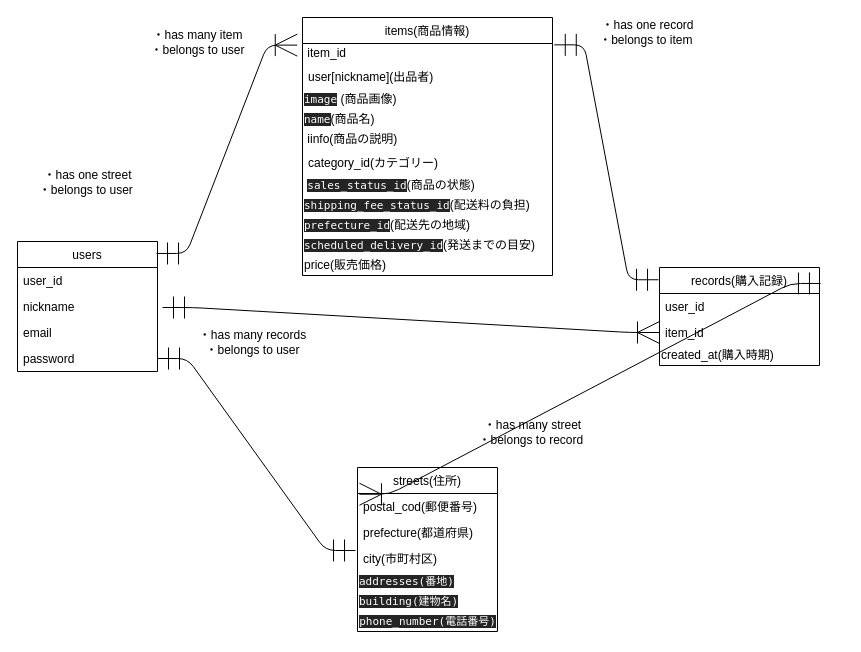
Before: Draw.drawio in daikichi86/furima-28196, a draw.io diagram. Source tidied: cells renumbered, new cells numbered last; positions are measured from the earlier drawing's top-left corner, leaving out a move shared by most shapes. Both pictures are drawn from the tidied source at 100%, with x=0, y=0 at pixel (17, 17).
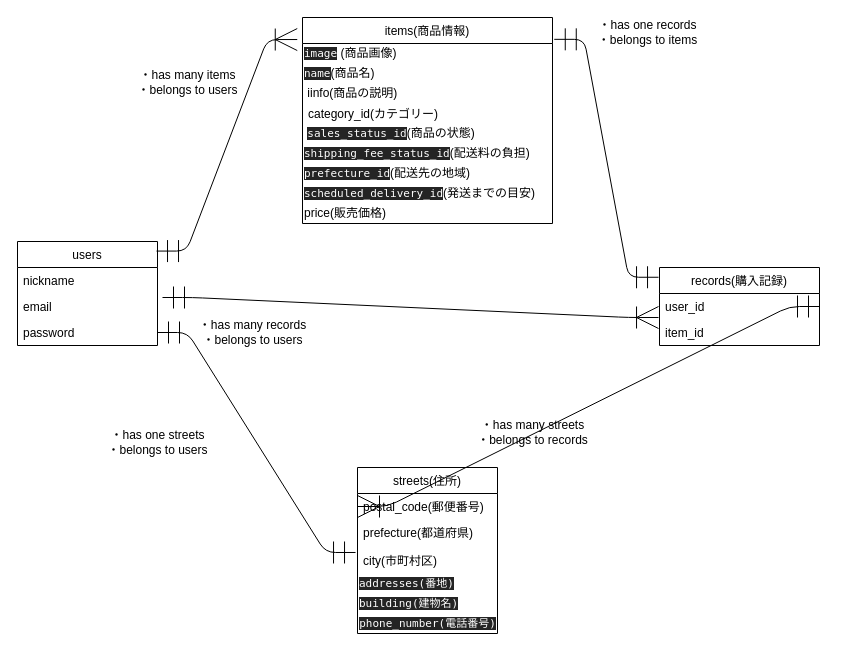
Above is the later version.

Commit message (it also covers changes not shown here):
READMEファイルの追加

Unchanged cells that the change refers to:
```xml
<mxCell id="23" value="user_id" style="text;strokeColor=none;fillColor=none;align=left;verticalAlign=top;spacingLeft=4;spacingRight=4;overflow=hidden;points=[[0,0.5],[1,0.5]];portConstraint=eastwest;" parent="22" vertex="1">
  <mxGeometry y="26" width="160" height="26" as="geometry" />
</mxCell>
<mxCell id="24" value="item_id" style="text;strokeColor=none;fillColor=none;align=left;verticalAlign=top;spacingLeft=4;spacingRight=4;overflow=hidden;points=[[0,0.5],[1,0.5]];portConstraint=eastwest;" parent="22" vertex="1">
  <mxGeometry y="52" width="160" height="26" as="geometry" />
</mxCell>
```

Diff of the diagram source:
```diff
@@
-    <mxCell id="5" style="edgeStyle=entityRelationEdgeStyle;fontSize=12;html=1;endArrow=ERoneToMany;startArrow=ERmandOne;endSize=20;targetPerimeterSpacing=0;startSize=20;exitX=1.006;exitY=0.163;exitDx=0;exitDy=0;exitPerimeter=0;entryX=0.014;entryY=0.163;entryDx=0;entryDy=0;entryPerimeter=0;" parent="1" edge="1" source="22" target="26">
+    <mxCell id="5" style="edgeStyle=entityRelationEdgeStyle;fontSize=12;html=1;endArrow=ERoneToMany;startArrow=ERmandOne;endSize=20;targetPerimeterSpacing=0;startSize=20;exitX=1;exitY=0.5;exitDx=0;exitDy=0;entryX=0;entryY=0.5;entryDx=0;entryDy=0;" parent="1" edge="1" source="23" target="27">
       <mxGeometry relative="1" as="geometry" />
     </mxCell>
-    <mxCell id="6" value="・has many item&lt;br&gt;・belongs to user" style="text;html=1;align=center;verticalAlign=middle;" parent="1" vertex="1">
-      <mxGeometry x="125" y="10" width="110" height="30" as="geometry" />
+    <mxCell id="6" value="・has many items&lt;br&gt;・belongs to users" style="text;html=1;align=center;verticalAlign=middle;" parent="1" vertex="1">
+      <mxGeometry x="110" y="50" width="120" height="30" as="geometry" />
     </mxCell>
-    <mxCell id="7" value="・has one record&lt;br&gt;・belongs to item&amp;nbsp;" style="text;html=1;align=center;verticalAlign=middle;" parent="1" vertex="1">
+    <mxCell id="7" value="・has one records&lt;br&gt;・belongs to items" style="text;html=1;align=center;verticalAlign=middle;" parent="1" vertex="1">
       <mxGeometry x="575" width="110" height="30" as="geometry" />
     </mxCell>
-    <mxCell id="8" value="・has one street&lt;br&gt;・belongs to user&amp;nbsp;" style="text;html=1;align=center;verticalAlign=middle;" parent="1" vertex="1">
-      <mxGeometry x="15" y="150" width="110" height="30" as="geometry" />
+    <mxCell id="8" value="・has one streets&lt;br&gt;・belongs to users" style="text;html=1;align=center;verticalAlign=middle;" parent="1" vertex="1">
+      <mxGeometry x="80" y="410" width="120" height="30" as="geometry" />
     </mxCell>
-    <mxCell id="9" value="・has many street&lt;br&gt;・belongs to record&amp;nbsp;" style="text;html=1;align=center;verticalAlign=middle;" parent="1" vertex="1">
-      <mxGeometry x="455" y="400" width="120" height="30" as="geometry" />
+    <mxCell id="9" value="・has many streets&lt;br&gt;・belongs to records" style="text;html=1;align=center;verticalAlign=middle;" parent="1" vertex="1">
+      <mxGeometry x="450" y="400" width="130" height="30" as="geometry" />
     </mxCell>
     <mxCell id="10" value="items(商品情報)" style="swimlane;fontStyle=0;horizontal=1;startSize=26;fillColor=none;" parent="1" vertex="1">
-      <mxGeometry x="285" width="250" height="258" as="geometry" />
+      <mxGeometry x="285" width="250" height="206" as="geometry" />
     </mxCell>
-    <mxCell id="11" value="&amp;nbsp;item_id" style="text;html=1;align=left;verticalAlign=middle;" parent="10" vertex="1">
-      <mxGeometry y="26" width="250" height="20" as="geometry" />
-    </mxCell>
-    <mxCell id="12" value="user[nickname](出品者)" style="text;strokeColor=none;fillColor=none;align=left;verticalAlign=middle;spacingLeft=4;spacingRight=4;overflow=hidden;" parent="10" vertex="1">
-      <mxGeometry y="46" width="250" height="26" as="geometry" />
-    </mxCell>
     <mxCell id="13" value="&lt;span style=&quot;color: rgb(255 , 255 , 255) ; font-family: &amp;#34;menlo&amp;#34; , monospace ; font-size: 11px ; background-color: rgb(36 , 36 , 36)&quot;&gt;image&lt;/span&gt;&amp;nbsp;(商品画像)" style="text;html=1;align=left;verticalAlign=middle;" parent="10" vertex="1">
-      <mxGeometry y="72" width="250" height="20" as="geometry" />
+      <mxGeometry y="26" width="250" height="20" as="geometry" />
     </mxCell>
     <mxCell id="14" value="&lt;span style=&quot;color: rgb(255 , 255 , 255) ; font-family: &amp;#34;menlo&amp;#34; , monospace ; font-size: 11px ; background-color: rgb(36 , 36 , 36)&quot;&gt;name&lt;/span&gt;(商品名)" style="text;html=1;align=left;verticalAlign=middle;" parent="10" vertex="1">
-      <mxGeometry y="92" width="250" height="20" as="geometry" />
+      <mxGeometry y="46" width="250" height="20" as="geometry" />
     </mxCell>
     <mxCell id="15" value="&amp;nbsp;iinfo(商品の説明)" style="text;html=1;align=left;verticalAlign=middle;" parent="10" vertex="1">
-      <mxGeometry y="112" width="250" height="20" as="geometry" />
+      <mxGeometry y="66" width="250" height="20" as="geometry" />
     </mxCell>
     <mxCell id="16" value="category_id(カテゴリー)" style="text;strokeColor=none;fillColor=none;align=left;verticalAlign=middle;spacingLeft=4;spacingRight=4;overflow=hidden;" parent="10" vertex="1">
-      <mxGeometry y="132" width="250" height="26" as="geometry" />
+      <mxGeometry y="86" width="250" height="20" as="geometry" />
     </mxCell>
     <mxCell id="17" value="&amp;nbsp;&lt;span style=&quot;color: rgb(255 , 255 , 255) ; font-family: &amp;#34;menlo&amp;#34; , monospace ; font-size: 11px ; background-color: rgb(36 , 36 , 36)&quot;&gt;sales_status_id&lt;/span&gt;(商品の状態)" style="text;html=1;align=left;verticalAlign=middle;" parent="10" vertex="1">
-      <mxGeometry y="158" width="250" height="20" as="geometry" />
+      <mxGeometry y="106" width="250" height="20" as="geometry" />
     </mxCell>
     <mxCell id="18" value="&lt;span style=&quot;color: rgb(255 , 255 , 255) ; font-family: &amp;#34;menlo&amp;#34; , monospace ; font-size: 11px ; background-color: rgb(36 , 36 , 36)&quot;&gt;shipping_fee_status_id&lt;/span&gt;(配送料の負担)" style="text;html=1;align=left;verticalAlign=middle;" parent="10" vertex="1">
-      <mxGeometry y="178" width="250" height="20" as="geometry" />
+      <mxGeometry y="126" width="250" height="20" as="geometry" />
     </mxCell>
     <mxCell id="19" value="&lt;span style=&quot;color: rgb(255 , 255 , 255) ; font-family: &amp;#34;menlo&amp;#34; , monospace ; font-size: 11px ; background-color: rgb(36 , 36 , 36)&quot;&gt;prefecture_id&lt;/span&gt;(配送先の地域)" style="text;html=1;align=left;verticalAlign=middle;" parent="10" vertex="1">
-      <mxGeometry y="198" width="250" height="20" as="geometry" />
+      <mxGeometry y="146" width="250" height="20" as="geometry" />
     </mxCell>
     <mxCell id="20" value="&lt;span style=&quot;color: rgb(255 , 255 , 255) ; font-family: &amp;#34;menlo&amp;#34; , monospace ; font-size: 11px ; background-color: rgb(36 , 36 , 36)&quot;&gt;scheduled_delivery_id&lt;/span&gt;(発送までの目安)" style="text;html=1;align=left;verticalAlign=middle;" parent="10" vertex="1">
-      <mxGeometry y="218" width="250" height="20" as="geometry" />
+      <mxGeometry y="166" width="250" height="20" as="geometry" />
     </mxCell>
     <mxCell id="21" value="price(販売価格)" style="text;html=1;align=left;verticalAlign=middle;" parent="10" vertex="1">
-      <mxGeometry y="238" width="250" height="20" as="geometry" />
+      <mxGeometry y="186" width="250" height="20" as="geometry" />
     </mxCell>
     <mxCell id="22" value="records(購入記録)" style="swimlane;fontStyle=0;horizontal=1;startSize=26;fillColor=none;" parent="1" vertex="1">
-      <mxGeometry x="642" y="250" width="160" height="98" as="geometry" />
+      <mxGeometry x="642" y="250" width="160" height="78" as="geometry" />
     </mxCell>
@@
-    <mxCell id="25" value="created_at(購入時期)" style="text;html=1;align=left;verticalAlign=middle;" parent="22" vertex="1">
-      <mxGeometry y="78" width="160" height="20" as="geometry" />
-    </mxCell>
     <mxCell id="26" value="streets(住所)" style="swimlane;fontStyle=0;horizontal=1;startSize=26;fillColor=none;" parent="1" vertex="1">
-      <mxGeometry x="340" y="450" width="140" height="164" as="geometry" />
+      <mxGeometry x="340" y="450" width="140" height="166" as="geometry" />
     </mxCell>
-    <mxCell id="27" value="postal_cod(郵便番号)" style="text;strokeColor=none;fillColor=none;align=left;verticalAlign=top;spacingLeft=4;spacingRight=4;overflow=hidden;points=[[0,0.5],[1,0.5]];portConstraint=eastwest;" parent="26" vertex="1">
+    <mxCell id="27" value="postal_code(郵便番号)" style="text;strokeColor=none;fillColor=none;align=left;verticalAlign=top;spacingLeft=4;spacingRight=4;overflow=hidden;points=[[0,0.5],[1,0.5]];portConstraint=eastwest;" parent="26" vertex="1">
       <mxGeometry y="26" width="140" height="26" as="geometry" />
     </mxCell>
     <mxCell id="28" value="prefecture(都道府県)" style="text;strokeColor=none;fillColor=none;align=left;verticalAlign=top;spacingLeft=4;spacingRight=4;overflow=hidden;" parent="26" vertex="1">
-      <mxGeometry y="52" width="140" height="26" as="geometry" />
+      <mxGeometry y="52" width="140" height="28" as="geometry" />
     </mxCell>
     <mxCell id="29" value="city(市町村区)" style="text;strokeColor=none;fillColor=none;align=left;verticalAlign=top;spacingLeft=4;spacingRight=4;overflow=hidden;points=[[0,0.5],[1,0.5]];portConstraint=eastwest;" parent="26" vertex="1">
-      <mxGeometry y="78" width="140" height="26" as="geometry" />
+      <mxGeometry y="80" width="140" height="26" as="geometry" />
     </mxCell>
     <mxCell id="30" value="&lt;span style=&quot;color: rgb(255, 255, 255); font-family: menlo, monospace; font-size: 11px; background-color: rgb(36, 36, 36);&quot;&gt;addresses(番地)&lt;/span&gt;" style="text;html=1;align=left;verticalAlign=middle;" parent="26" vertex="1">
-      <mxGeometry y="104" width="140" height="20" as="geometry" />
+      <mxGeometry y="106" width="140" height="20" as="geometry" />
     </mxCell>
     <mxCell id="31" value="&lt;span style=&quot;color: rgb(255, 255, 255); font-family: menlo, monospace; font-size: 11px; background-color: rgb(36, 36, 36);&quot;&gt;building(建物名)&lt;/span&gt;" style="text;html=1;align=left;verticalAlign=middle;" parent="26" vertex="1">
-      <mxGeometry y="124" width="140" height="20" as="geometry" />
+      <mxGeometry y="126" width="140" height="20" as="geometry" />
     </mxCell>
     <mxCell id="32" value="&lt;span style=&quot;color: rgb(255 , 255 , 255) ; font-family: &amp;#34;menlo&amp;#34; , monospace ; font-size: 11px ; text-align: left ; background-color: rgb(36 , 36 , 36)&quot;&gt;phone_number(電話番号)&lt;/span&gt;" style="text;html=1;align=center;verticalAlign=middle;" parent="26" vertex="1">
-      <mxGeometry y="144" width="140" height="20" as="geometry" />
+      <mxGeometry y="146" width="140" height="20" as="geometry" />
     </mxCell>
     <mxCell id="33" value="users" style="swimlane;fontStyle=0;horizontal=1;startSize=26;fillColor=none;" parent="1" vertex="1">
-      <mxGeometry y="224" width="140" height="130" as="geometry" />
+      <mxGeometry y="224" width="140" height="104" as="geometry" />
     </mxCell>
-    <mxCell id="34" value="user_id" style="text;strokeColor=none;fillColor=none;align=left;verticalAlign=top;spacingLeft=4;spacingRight=4;overflow=hidden;" parent="33" vertex="1">
-      <mxGeometry y="26" width="140" height="26" as="geometry" />
-    </mxCell>
     <mxCell id="35" value="nickname" style="text;strokeColor=none;fillColor=none;align=left;verticalAlign=top;spacingLeft=4;spacingRight=4;overflow=hidden;" parent="33" vertex="1">
-      <mxGeometry y="52" width="140" height="26" as="geometry" />
+      <mxGeometry y="26" width="140" height="26" as="geometry" />
     </mxCell>
     <mxCell id="36" value="email" style="text;strokeColor=none;fillColor=none;align=left;verticalAlign=top;spacingLeft=4;spacingRight=4;overflow=hidden;" parent="33" vertex="1">
-      <mxGeometry y="78" width="140" height="26" as="geometry" />
+      <mxGeometry y="52" width="140" height="26" as="geometry" />
     </mxCell>
     <mxCell id="37" value="password" style="text;strokeColor=none;fillColor=none;align=left;verticalAlign=top;spacingLeft=4;spacingRight=4;overflow=hidden;points=[[0,0.5],[1,0.5]];portConstraint=eastwest;" parent="33" vertex="1">
-      <mxGeometry y="104" width="140" height="26" as="geometry" />
+      <mxGeometry y="78" width="140" height="26" as="geometry" />
     </mxCell>
-    <mxCell id="38" style="edgeStyle=entityRelationEdgeStyle;fontSize=12;html=1;endArrow=ERoneToMany;startArrow=ERmandOne;endSize=20;targetPerimeterSpacing=0;startSize=20;entryX=0;entryY=0.5;entryDx=0;entryDy=0;" parent="1" edge="1" target="24">
+    <mxCell id="38" style="edgeStyle=entityRelationEdgeStyle;fontSize=12;html=1;endArrow=ERoneToMany;startArrow=ERmandOne;endSize=20;targetPerimeterSpacing=0;startSize=20;entryX=-0.006;entryY=-0.077;entryDx=0;entryDy=0;entryPerimeter=0;" parent="1" edge="1" target="24">
       <mxGeometry relative="1" as="geometry">
-        <mxPoint x="145" y="290" as="sourcePoint" />
+        <mxPoint x="145" y="280" as="sourcePoint" />
       </mxGeometry>
     </mxCell>
-    <mxCell id="39" value="・has many records&lt;br&gt;・belongs to user" style="text;html=1;align=center;verticalAlign=middle;" parent="1" vertex="1">
-      <mxGeometry x="175" y="310" width="120" height="30" as="geometry" />
+    <mxCell id="39" value="・has many records&lt;br&gt;・belongs to users" style="text;html=1;align=center;verticalAlign=middle;" parent="1" vertex="1">
+      <mxGeometry x="175" y="300" width="120" height="30" as="geometry" />
     </mxCell>
```
